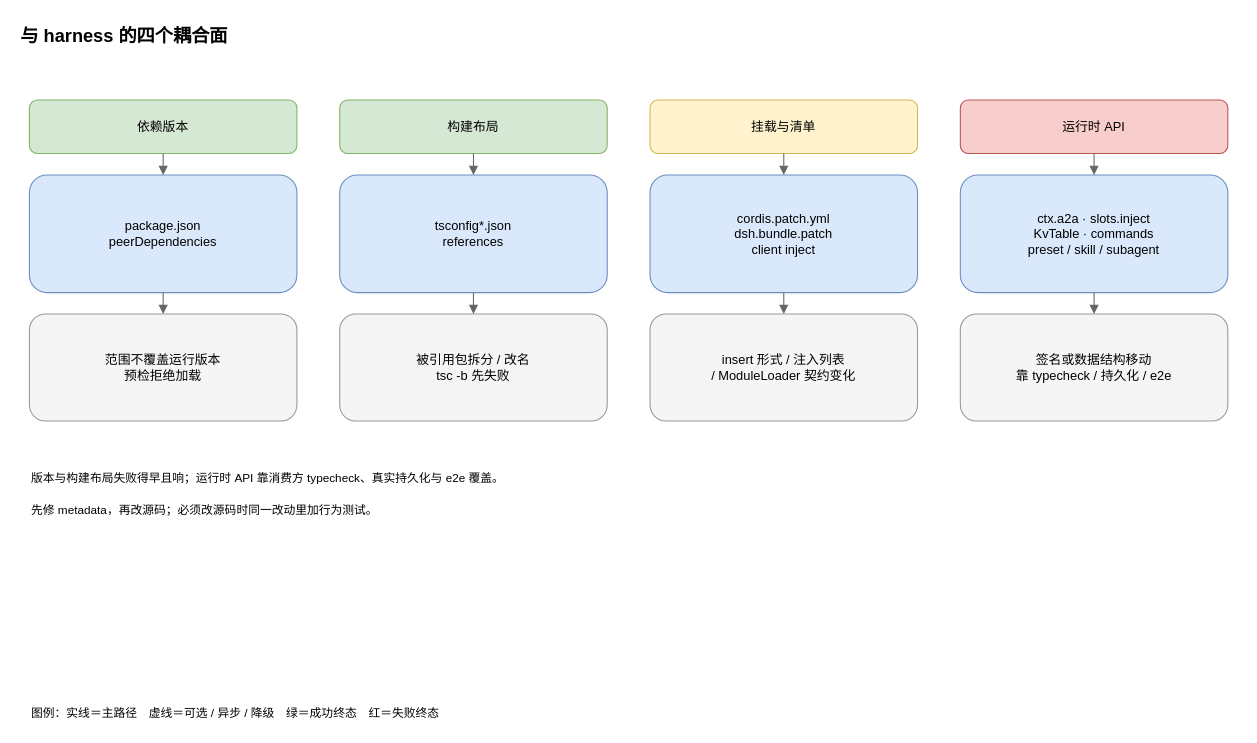
This is static/img/dsh-a2a/src/harness-coupling.drawio from HanphoneJan/HanphoneJan.github.io, a draw.io file, before an edit. Source tidied: cells renumbered, new cells numbered last; positions are measured from the earlier drawing's top-left corner, leaving out a move shared by most shapes. Both pictures are drawn from the tidied source at 107%, with x=0, y=0 at pixel (18, 18).
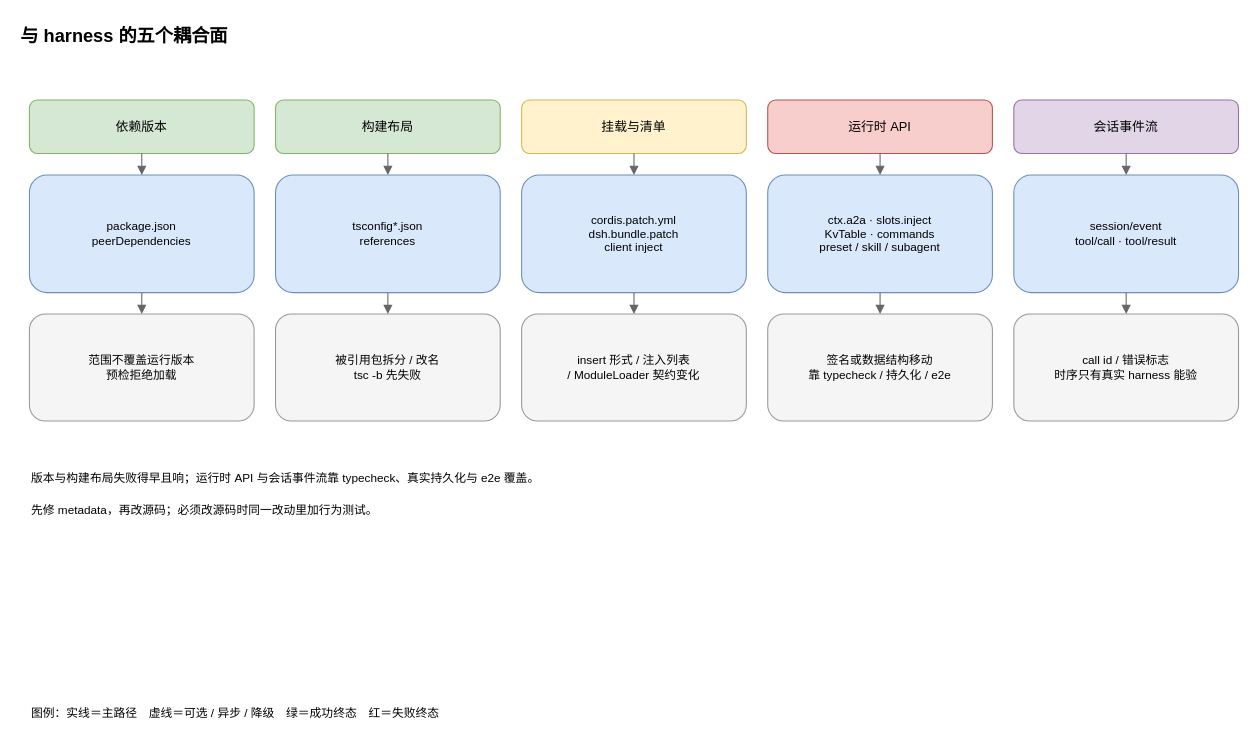
Above is the later version.

Diff of the diagram source:
```diff
@@
-    <mxCell id="2" value="与 harness 的四个耦合面" style="text;html=1;strokeColor=none;fillColor=none;align=left;verticalAlign=top;fontSize=17;fontStyle=1;fontFamily=Helvetica;" parent="1" vertex="1">
+    <mxCell id="2" value="与 harness 的五个耦合面" style="text;html=1;strokeColor=none;fillColor=none;align=left;verticalAlign=top;fontSize=17;fontStyle=1;fontFamily=Helvetica;" parent="1" vertex="1">
       <mxGeometry width="1140" height="30" as="geometry" />
     </mxCell>
     <mxCell id="3" value="依赖版本" style="rounded=1;whiteSpace=wrap;html=1;fillColor=#d5e8d4;strokeColor=#82b366;fontFamily=Helvetica;fontSize=12;" parent="1" vertex="1">
-      <mxGeometry x="10" y="76" width="250" height="50" as="geometry" />
+      <mxGeometry x="10" y="76" width="210" height="50" as="geometry" />
     </mxCell>
-    <mxCell id="4" value="package.json&lt;br&gt;peerDependencies" style="rounded=1;whiteSpace=wrap;html=1;fillColor=#dae8fc;strokeColor=#6c8ebf;fontFamily=Helvetica;fontSize=12;" parent="1" vertex="1">
-      <mxGeometry x="10" y="146" width="250" height="110" as="geometry" />
+    <mxCell id="4" value="package.json&lt;br&gt;peerDependencies" style="rounded=1;whiteSpace=wrap;html=1;fillColor=#dae8fc;strokeColor=#6c8ebf;fontFamily=Helvetica;fontSize=11;" parent="1" vertex="1">
+      <mxGeometry x="10" y="146" width="210" height="110" as="geometry" />
     </mxCell>
-    <mxCell id="5" value="范围不覆盖运行版本&lt;br&gt;预检拒绝加载" style="rounded=1;whiteSpace=wrap;html=1;fillColor=#f5f5f5;strokeColor=#999999;fontFamily=Helvetica;fontSize=12;" parent="1" vertex="1">
-      <mxGeometry x="10" y="276" width="250" height="100" as="geometry" />
+    <mxCell id="5" value="范围不覆盖运行版本&lt;br&gt;预检拒绝加载" style="rounded=1;whiteSpace=wrap;html=1;fillColor=#f5f5f5;strokeColor=#999999;fontFamily=Helvetica;fontSize=11;" parent="1" vertex="1">
+      <mxGeometry x="10" y="276" width="210" height="100" as="geometry" />
     </mxCell>
@@
     <mxCell id="8" value="构建布局" style="rounded=1;whiteSpace=wrap;html=1;fillColor=#d5e8d4;strokeColor=#82b366;fontFamily=Helvetica;fontSize=12;" parent="1" vertex="1">
-      <mxGeometry x="300" y="76" width="250" height="50" as="geometry" />
+      <mxGeometry x="240" y="76" width="210" height="50" as="geometry" />
     </mxCell>
-    <mxCell id="9" value="tsconfig*.json&lt;br&gt;references" style="rounded=1;whiteSpace=wrap;html=1;fillColor=#dae8fc;strokeColor=#6c8ebf;fontFamily=Helvetica;fontSize=12;" parent="1" vertex="1">
-      <mxGeometry x="300" y="146" width="250" height="110" as="geometry" />
+    <mxCell id="9" value="tsconfig*.json&lt;br&gt;references" style="rounded=1;whiteSpace=wrap;html=1;fillColor=#dae8fc;strokeColor=#6c8ebf;fontFamily=Helvetica;fontSize=11;" parent="1" vertex="1">
+      <mxGeometry x="240" y="146" width="210" height="110" as="geometry" />
     </mxCell>
-    <mxCell id="10" value="被引用包拆分 / 改名&lt;br&gt;tsc -b 先失败" style="rounded=1;whiteSpace=wrap;html=1;fillColor=#f5f5f5;strokeColor=#999999;fontFamily=Helvetica;fontSize=12;" parent="1" vertex="1">
-      <mxGeometry x="300" y="276" width="250" height="100" as="geometry" />
+    <mxCell id="10" value="被引用包拆分 / 改名&lt;br&gt;tsc -b 先失败" style="rounded=1;whiteSpace=wrap;html=1;fillColor=#f5f5f5;strokeColor=#999999;fontFamily=Helvetica;fontSize=11;" parent="1" vertex="1">
+      <mxGeometry x="240" y="276" width="210" height="100" as="geometry" />
     </mxCell>
@@
     <mxCell id="13" value="挂载与清单" style="rounded=1;whiteSpace=wrap;html=1;fillColor=#fff2cc;strokeColor=#d6b656;fontFamily=Helvetica;fontSize=12;" parent="1" vertex="1">
-      <mxGeometry x="590" y="76" width="250" height="50" as="geometry" />
+      <mxGeometry x="470" y="76" width="210" height="50" as="geometry" />
     </mxCell>
-    <mxCell id="14" value="cordis.patch.yml&lt;br&gt;dsh.bundle.patch&lt;br&gt;client inject" style="rounded=1;whiteSpace=wrap;html=1;fillColor=#dae8fc;strokeColor=#6c8ebf;fontFamily=Helvetica;fontSize=12;" parent="1" vertex="1">
-      <mxGeometry x="590" y="146" width="250" height="110" as="geometry" />
+    <mxCell id="14" value="cordis.patch.yml&lt;br&gt;dsh.bundle.patch&lt;br&gt;client inject" style="rounded=1;whiteSpace=wrap;html=1;fillColor=#dae8fc;strokeColor=#6c8ebf;fontFamily=Helvetica;fontSize=11;" parent="1" vertex="1">
+      <mxGeometry x="470" y="146" width="210" height="110" as="geometry" />
     </mxCell>
-    <mxCell id="15" value="insert 形式 / 注入列表&lt;br&gt;/ ModuleLoader 契约变化" style="rounded=1;whiteSpace=wrap;html=1;fillColor=#f5f5f5;strokeColor=#999999;fontFamily=Helvetica;fontSize=12;" parent="1" vertex="1">
-      <mxGeometry x="590" y="276" width="250" height="100" as="geometry" />
+    <mxCell id="15" value="insert 形式 / 注入列表&lt;br&gt;/ ModuleLoader 契约变化" style="rounded=1;whiteSpace=wrap;html=1;fillColor=#f5f5f5;strokeColor=#999999;fontFamily=Helvetica;fontSize=11;" parent="1" vertex="1">
+      <mxGeometry x="470" y="276" width="210" height="100" as="geometry" />
     </mxCell>
@@
     <mxCell id="18" value="运行时 API" style="rounded=1;whiteSpace=wrap;html=1;fillColor=#f8cecc;strokeColor=#b85450;fontFamily=Helvetica;fontSize=12;" parent="1" vertex="1">
-      <mxGeometry x="880" y="76" width="250" height="50" as="geometry" />
+      <mxGeometry x="700" y="76" width="210" height="50" as="geometry" />
     </mxCell>
-    <mxCell id="19" value="ctx.a2a · slots.inject&lt;br&gt;KvTable · commands&lt;br&gt;preset / skill / subagent" style="rounded=1;whiteSpace=wrap;html=1;fillColor=#dae8fc;strokeColor=#6c8ebf;fontFamily=Helvetica;fontSize=12;" parent="1" vertex="1">
-      <mxGeometry x="880" y="146" width="250" height="110" as="geometry" />
+    <mxCell id="19" value="ctx.a2a · slots.inject&lt;br&gt;KvTable · commands&lt;br&gt;preset / skill / subagent" style="rounded=1;whiteSpace=wrap;html=1;fillColor=#dae8fc;strokeColor=#6c8ebf;fontFamily=Helvetica;fontSize=11;" parent="1" vertex="1">
+      <mxGeometry x="700" y="146" width="210" height="110" as="geometry" />
     </mxCell>
-    <mxCell id="20" value="签名或数据结构移动&lt;br&gt;靠 typecheck / 持久化 / e2e" style="rounded=1;whiteSpace=wrap;html=1;fillColor=#f5f5f5;strokeColor=#999999;fontFamily=Helvetica;fontSize=12;" parent="1" vertex="1">
-      <mxGeometry x="880" y="276" width="250" height="100" as="geometry" />
+    <mxCell id="20" value="签名或数据结构移动&lt;br&gt;靠 typecheck / 持久化 / e2e" style="rounded=1;whiteSpace=wrap;html=1;fillColor=#f5f5f5;strokeColor=#999999;fontFamily=Helvetica;fontSize=11;" parent="1" vertex="1">
+      <mxGeometry x="700" y="276" width="210" height="100" as="geometry" />
     </mxCell>
@@
+    <mxCell id="26" value="会话事件流" style="rounded=1;whiteSpace=wrap;html=1;fillColor=#e1d5e7;strokeColor=#9673a6;fontFamily=Helvetica;fontSize=12;" parent="1" vertex="1">
+      <mxGeometry x="930" y="76" width="210" height="50" as="geometry" />
+    </mxCell>
+    <mxCell id="27" value="session/event&lt;br&gt;tool/call · tool/result" style="rounded=1;whiteSpace=wrap;html=1;fillColor=#dae8fc;strokeColor=#6c8ebf;fontFamily=Helvetica;fontSize=11;" parent="1" vertex="1">
+      <mxGeometry x="930" y="146" width="210" height="110" as="geometry" />
+    </mxCell>
+    <mxCell id="28" value="call id / 错误标志&lt;br&gt;时序只有真实 harness 能验" style="rounded=1;whiteSpace=wrap;html=1;fillColor=#f5f5f5;strokeColor=#999999;fontFamily=Helvetica;fontSize=11;" parent="1" vertex="1">
+      <mxGeometry x="930" y="276" width="210" height="100" as="geometry" />
+    </mxCell>
-    <mxCell id="23" value="版本与构建布局失败得早且响；运行时 API 靠消费方 typecheck、真实持久化与 e2e 覆盖。" style="text;html=1;strokeColor=none;fillColor=none;align=left;verticalAlign=top;fontSize=11;fontFamily=Helvetica;" parent="1" vertex="1">
+    <mxCell id="23" value="版本与构建布局失败得早且响；运行时 API 与会话事件流靠 typecheck、真实持久化与 e2e 覆盖。" style="text;html=1;strokeColor=none;fillColor=none;align=left;verticalAlign=top;fontSize=11;fontFamily=Helvetica;" parent="1" vertex="1">
       <mxGeometry x="10" y="416" width="1100" height="24" as="geometry" />
     </mxCell>
@@
+    <mxCell id="29" style="html=1;endArrow=block;strokeColor=#666666;fontFamily=Helvetica;fontSize=11;labelBackgroundColor=#ffffff;exitX=0.5;exitY=1;entryX=0.5;entryY=0;" parent="1" edge="1" source="26" target="27">
+      <mxGeometry relative="1" as="geometry" />
+    </mxCell>
+    <mxCell id="30" style="html=1;endArrow=block;strokeColor=#666666;fontFamily=Helvetica;fontSize=11;labelBackgroundColor=#ffffff;exitX=0.5;exitY=1;entryX=0.5;entryY=0;" parent="1" edge="1" source="27" target="28">
+      <mxGeometry relative="1" as="geometry" />
+    </mxCell>
```
